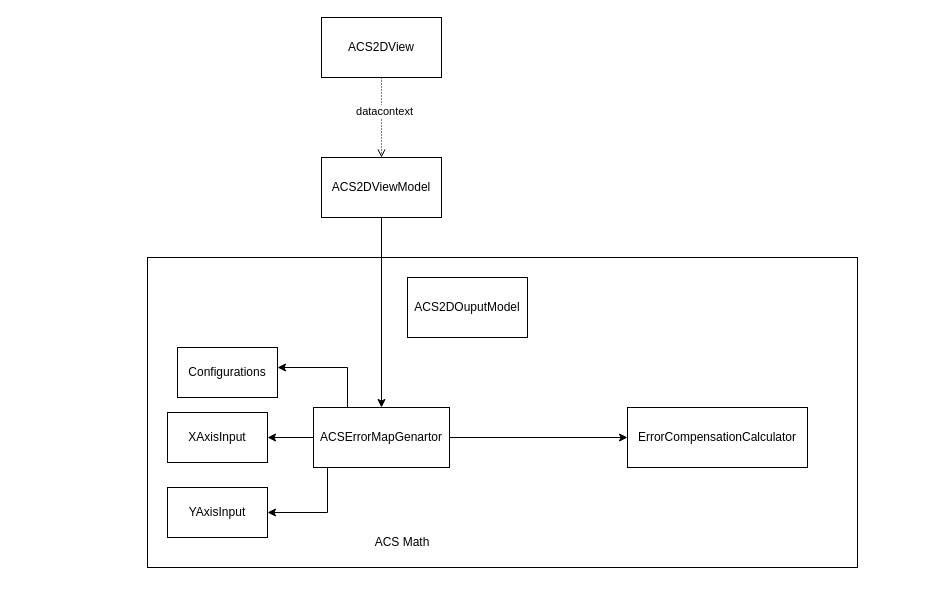
The draw.io diagram Other/Acs2D Class Diagram.drawio in AmolSJawalkar/DrawIO, before the edit. Source tidied: cells renumbered, new cells numbered last; positions are measured from the earlier drawing's top-left corner, leaving out a move shared by most shapes. Both pictures are drawn from the tidied source at 100%, with x=0, y=0 at pixel (147, 17).
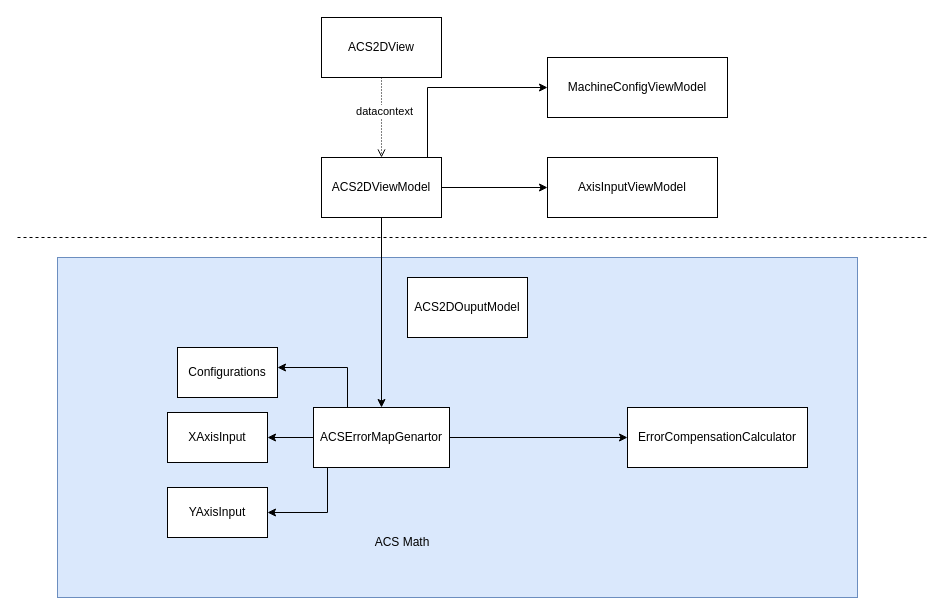
The same diagram, later.

The change refers to these unchanged cells:
```xml
<mxCell id="7" value="ACS2DViewModel" style="rounded=0;whiteSpace=wrap;html=1;" parent="1" vertex="1">
  <mxGeometry x="174" y="140" width="120" height="60" as="geometry" />
</mxCell>
```

The edit, as a diff of the source:
```diff
@@
-    <mxCell id="2" style="rounded=0;whiteSpace=wrap;html=1;" parent="1" vertex="1">
-      <mxGeometry y="240" width="710" height="310" as="geometry" />
+    <mxCell id="2" style="rounded=0;whiteSpace=wrap;html=1;fillColor=#dae8fc;strokeColor=#6c8ebf;" parent="1" vertex="1">
+      <mxGeometry x="-90" y="240" width="800" height="340" as="geometry" />
     </mxCell>
@@
+    <mxCell id="19" style="edgeStyle=orthogonalEdgeStyle;rounded=0;jettySize=auto;html=1;" parent="1" edge="1" source="7" target="22">
+      <mxGeometry relative="1" as="geometry">
+        <Array as="points">
+          <mxPoint x="280" y="70" />
+        </Array>
+      </mxGeometry>
+    </mxCell>
+    <mxCell id="20" style="edgeStyle=orthogonalEdgeStyle;rounded=0;jettySize=auto;html=1;" parent="1" edge="1" source="7" target="23">
+      <mxGeometry relative="1" as="geometry" />
+    </mxCell>
@@
+    <mxCell id="21" style="endArrow=none;dashed=1;html=1;rounded=0;" parent="1" edge="1">
+      <mxGeometry relative="1" as="geometry">
+        <mxPoint x="-130" y="220" as="sourcePoint" />
+        <mxPoint x="780" y="220" as="targetPoint" />
+      </mxGeometry>
+    </mxCell>
+    <mxCell id="22" value="MachineConfigViewModel" style="rounded=0;whiteSpace=wrap;html=1;" parent="1" vertex="1">
+      <mxGeometry x="400" y="40" width="180" height="60" as="geometry" />
+    </mxCell>
+    <mxCell id="23" value="AxisInputViewModel" style="rounded=0;whiteSpace=wrap;html=1;" parent="1" vertex="1">
+      <mxGeometry x="400" y="140" width="170" height="60" as="geometry" />
+    </mxCell>
```
